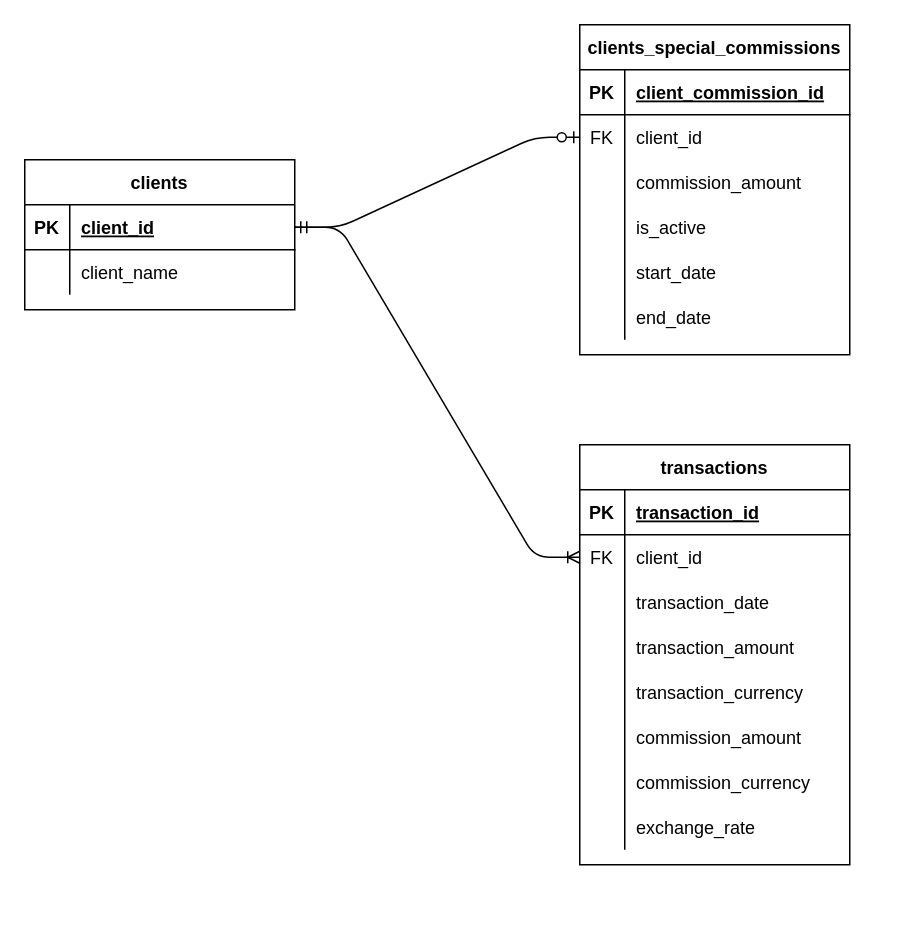
oguzhanozgul/commission-api keeps this draw.io diagram as database/tryout_database_schema.drawio. Above is the earlier version. Source tidied: cells renumbered, new cells numbered last; positions are measured from the earlier drawing's top-left corner, leaving out a move shared by most shapes. Both pictures are drawn from the tidied source at 150%, with x=0, y=0 at pixel (24, 24).
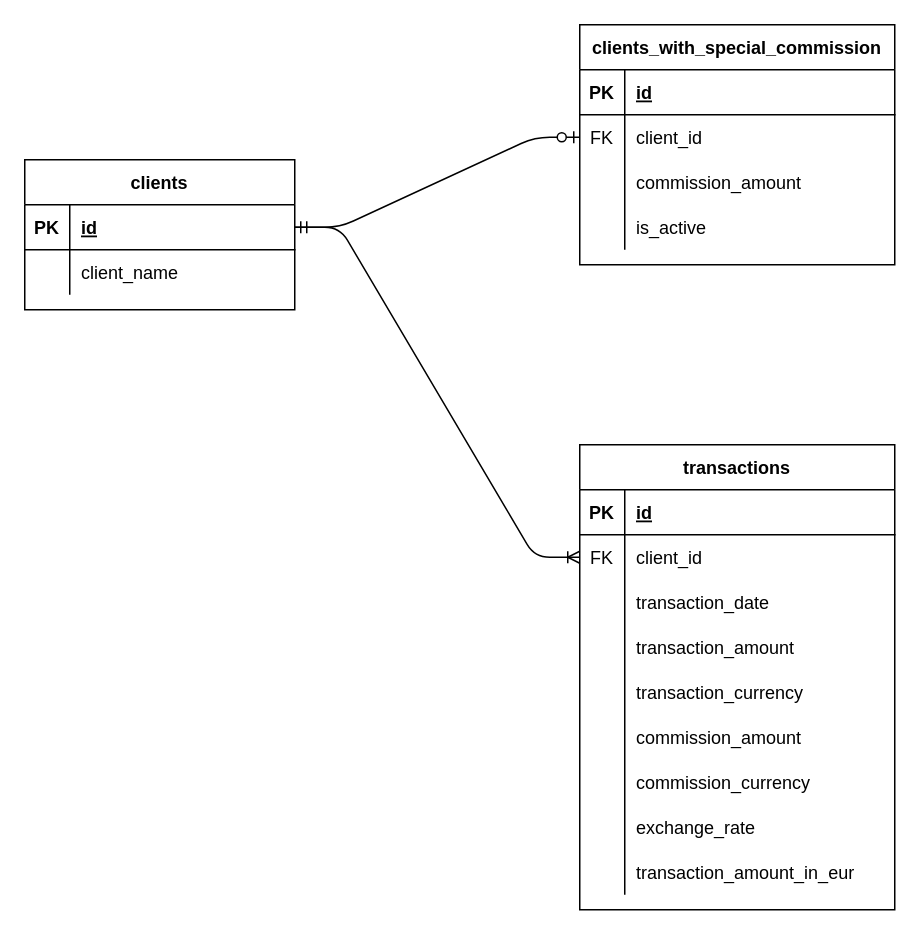
After the change.

Unchanged cells that the change refers to:
```xml
<mxCell id="3" style="shape=partialRectangle;fillColor=none;top=0;left=0;bottom=1;right=0;points=[[0,0.5],[1,0.5]];portConstraint=eastwest;" parent="2" vertex="1">
  <mxGeometry y="30" width="180" height="30" as="geometry" />
</mxCell>
```

Diff of the diagram source:
```diff
@@
-    <mxCell id="5" value="client_id" style="shape=partialRectangle;fillColor=none;top=0;left=0;bottom=0;right=0;align=left;spacingLeft=6;fontStyle=5;overflow=hidden;" parent="3" vertex="1">
+    <mxCell id="5" value="id" style="shape=partialRectangle;fillColor=none;top=0;left=0;bottom=0;right=0;align=left;spacingLeft=6;fontStyle=5;overflow=hidden;" parent="3" vertex="1">
       <mxGeometry x="30" width="150" height="30" as="geometry" />
     </mxCell>
@@
-    <mxCell id="9" value="clients_special_commissions" style="shape=table;startSize=30;childLayout=tableLayout;rowLines=0;fontStyle=1;align=center;" parent="1" vertex="1">
-      <mxGeometry x="370" width="180" height="220" as="geometry" />
+    <mxCell id="9" value="clients_with_special_commission" style="shape=table;startSize=30;childLayout=tableLayout;rowLines=0;fontStyle=1;align=center;" parent="1" vertex="1">
+      <mxGeometry x="370" width="210" height="160" as="geometry" />
     </mxCell>
     <mxCell id="10" style="shape=partialRectangle;fillColor=none;top=0;left=0;bottom=1;right=0;" parent="9" vertex="1">
-      <mxGeometry y="30" width="180" height="30" as="geometry" />
+      <mxGeometry y="30" width="210" height="30" as="geometry" />
     </mxCell>
@@
-    <mxCell id="12" value="client_commission_id" style="shape=partialRectangle;fillColor=none;top=0;left=0;bottom=0;right=0;align=left;spacingLeft=6;fontStyle=5;overflow=hidden;" parent="10" vertex="1">
-      <mxGeometry x="30" width="150" height="30" as="geometry" />
+    <mxCell id="12" value="id" style="shape=partialRectangle;fillColor=none;top=0;left=0;bottom=0;right=0;align=left;spacingLeft=6;fontStyle=5;overflow=hidden;" parent="10" vertex="1">
+      <mxGeometry x="30" width="180" height="30" as="geometry" />
     </mxCell>
     <mxCell id="13" style="shape=partialRectangle;fillColor=none;top=0;left=0;bottom=0;right=0;points=[[0,0.5],[1,0.5]];portConstraint=eastwest;" parent="9" vertex="1">
-      <mxGeometry y="60" width="180" height="30" as="geometry" />
+      <mxGeometry y="60" width="210" height="30" as="geometry" />
     </mxCell>
@@
     <mxCell id="15" value="client_id" style="shape=partialRectangle;fillColor=none;top=0;left=0;bottom=0;right=0;align=left;spacingLeft=6;overflow=hidden;" parent="13" vertex="1">
-      <mxGeometry x="30" width="150" height="30" as="geometry" />
+      <mxGeometry x="30" width="180" height="30" as="geometry" />
     </mxCell>
     <mxCell id="16" style="shape=partialRectangle;fillColor=none;top=0;left=0;bottom=0;right=0;" parent="9" vertex="1">
-      <mxGeometry y="90" width="180" height="30" as="geometry" />
+      <mxGeometry y="90" width="210" height="30" as="geometry" />
     </mxCell>
@@
     <mxCell id="18" value="commission_amount" style="shape=partialRectangle;fillColor=none;top=0;left=0;bottom=0;right=0;align=left;spacingLeft=6;overflow=hidden;" parent="16" vertex="1">
-      <mxGeometry x="30" width="150" height="30" as="geometry" />
+      <mxGeometry x="30" width="180" height="30" as="geometry" />
     </mxCell>
     <mxCell id="19" style="shape=partialRectangle;fillColor=none;top=0;left=0;bottom=0;right=0;" parent="9" vertex="1">
-      <mxGeometry y="120" width="180" height="30" as="geometry" />
+      <mxGeometry y="120" width="210" height="30" as="geometry" />
     </mxCell>
@@
     <mxCell id="21" value="is_active" style="shape=partialRectangle;fillColor=none;top=0;left=0;bottom=0;right=0;align=left;spacingLeft=6;overflow=hidden;" parent="19" vertex="1">
-      <mxGeometry x="30" width="150" height="30" as="geometry" />
+      <mxGeometry x="30" width="180" height="30" as="geometry" />
     </mxCell>
-    <mxCell id="22" style="shape=partialRectangle;fillColor=none;top=0;left=0;bottom=0;right=0;" parent="9" vertex="1">
-      <mxGeometry y="150" width="180" height="30" as="geometry" />
-    </mxCell>
-    <mxCell id="23" style="shape=partialRectangle;fillColor=none;top=0;left=0;bottom=0;right=0;overflow=hidden;" parent="22" vertex="1">
-      <mxGeometry width="30" height="30" as="geometry" />
-    </mxCell>
-    <mxCell id="24" value="start_date" style="shape=partialRectangle;fillColor=none;top=0;left=0;bottom=0;right=0;align=left;spacingLeft=6;overflow=hidden;" parent="22" vertex="1">
-      <mxGeometry x="30" width="150" height="30" as="geometry" />
-    </mxCell>
-    <mxCell id="25" style="shape=partialRectangle;fillColor=none;top=0;left=0;bottom=0;right=0;" parent="9" vertex="1">
-      <mxGeometry y="180" width="180" height="30" as="geometry" />
-    </mxCell>
-    <mxCell id="26" style="shape=partialRectangle;fillColor=none;top=0;left=0;bottom=0;right=0;overflow=hidden;" parent="25" vertex="1">
-      <mxGeometry width="30" height="30" as="geometry" />
-    </mxCell>
-    <mxCell id="27" value="end_date" style="shape=partialRectangle;fillColor=none;top=0;left=0;bottom=0;right=0;align=left;spacingLeft=6;overflow=hidden;" parent="25" vertex="1">
-      <mxGeometry x="30" width="150" height="30" as="geometry" />
-    </mxCell>
@@
     <mxCell id="29" value="transactions" style="shape=table;startSize=30;childLayout=tableLayout;rowLines=0;fontStyle=1;align=center;" parent="1" vertex="1">
-      <mxGeometry x="370" y="280" width="180" height="280" as="geometry" />
+      <mxGeometry x="370" y="280" width="210" height="310" as="geometry" />
     </mxCell>
     <mxCell id="30" style="shape=partialRectangle;fillColor=none;top=0;left=0;bottom=1;right=0;" parent="29" vertex="1">
-      <mxGeometry y="30" width="180" height="30" as="geometry" />
+      <mxGeometry y="30" width="210" height="30" as="geometry" />
     </mxCell>
@@
-    <mxCell id="32" value="transaction_id" style="shape=partialRectangle;fillColor=none;top=0;left=0;bottom=0;right=0;align=left;spacingLeft=6;fontStyle=5;overflow=hidden;" parent="30" vertex="1">
-      <mxGeometry x="30" width="150" height="30" as="geometry" />
+    <mxCell id="32" value="id" style="shape=partialRectangle;fillColor=none;top=0;left=0;bottom=0;right=0;align=left;spacingLeft=6;fontStyle=5;overflow=hidden;" parent="30" vertex="1">
+      <mxGeometry x="30" width="180" height="30" as="geometry" />
     </mxCell>
     <mxCell id="33" style="shape=partialRectangle;fillColor=none;top=0;left=0;bottom=0;right=0;points=[[0,0.5],[1,0.5]];portConstraint=eastwest;" parent="29" vertex="1">
-      <mxGeometry y="60" width="180" height="30" as="geometry" />
+      <mxGeometry y="60" width="210" height="30" as="geometry" />
     </mxCell>
@@
     <mxCell id="35" value="client_id" style="shape=partialRectangle;fillColor=none;top=0;left=0;bottom=0;right=0;align=left;spacingLeft=6;overflow=hidden;" parent="33" vertex="1">
-      <mxGeometry x="30" width="150" height="30" as="geometry" />
+      <mxGeometry x="30" width="180" height="30" as="geometry" />
     </mxCell>
     <mxCell id="36" style="shape=partialRectangle;fillColor=none;top=0;left=0;bottom=0;right=0;" parent="29" vertex="1">
-      <mxGeometry y="90" width="180" height="30" as="geometry" />
+      <mxGeometry y="90" width="210" height="30" as="geometry" />
     </mxCell>
@@
     <mxCell id="38" value="transaction_date" style="shape=partialRectangle;fillColor=none;top=0;left=0;bottom=0;right=0;align=left;spacingLeft=6;overflow=hidden;" parent="36" vertex="1">
-      <mxGeometry x="30" width="150" height="30" as="geometry" />
+      <mxGeometry x="30" width="180" height="30" as="geometry" />
     </mxCell>
     <mxCell id="39" style="shape=partialRectangle;fillColor=none;top=0;left=0;bottom=0;right=0;" parent="29" vertex="1">
-      <mxGeometry y="120" width="180" height="30" as="geometry" />
+      <mxGeometry y="120" width="210" height="30" as="geometry" />
     </mxCell>
@@
     <mxCell id="41" value="transaction_amount" style="shape=partialRectangle;fillColor=none;top=0;left=0;bottom=0;right=0;align=left;spacingLeft=6;overflow=hidden;" parent="39" vertex="1">
-      <mxGeometry x="30" width="150" height="30" as="geometry" />
+      <mxGeometry x="30" width="180" height="30" as="geometry" />
     </mxCell>
     <mxCell id="42" style="shape=partialRectangle;fillColor=none;top=0;left=0;bottom=0;right=0;" parent="29" vertex="1">
-      <mxGeometry y="150" width="180" height="30" as="geometry" />
+      <mxGeometry y="150" width="210" height="30" as="geometry" />
     </mxCell>
@@
     <mxCell id="44" value="transaction_currency" style="shape=partialRectangle;fillColor=none;top=0;left=0;bottom=0;right=0;align=left;spacingLeft=6;overflow=hidden;" parent="42" vertex="1">
-      <mxGeometry x="30" width="150" height="30" as="geometry" />
+      <mxGeometry x="30" width="180" height="30" as="geometry" />
     </mxCell>
     <mxCell id="45" style="shape=partialRectangle;fillColor=none;top=0;left=0;bottom=0;right=0;" parent="29" vertex="1">
-      <mxGeometry y="180" width="180" height="30" as="geometry" />
+      <mxGeometry y="180" width="210" height="30" as="geometry" />
     </mxCell>
@@
     <mxCell id="47" value="commission_amount" style="shape=partialRectangle;fillColor=none;top=0;left=0;bottom=0;right=0;align=left;spacingLeft=6;overflow=hidden;" parent="45" vertex="1">
-      <mxGeometry x="30" width="150" height="30" as="geometry" />
+      <mxGeometry x="30" width="180" height="30" as="geometry" />
     </mxCell>
     <mxCell id="48" style="shape=partialRectangle;fillColor=none;top=0;left=0;bottom=0;right=0;" parent="29" vertex="1">
-      <mxGeometry y="210" width="180" height="30" as="geometry" />
+      <mxGeometry y="210" width="210" height="30" as="geometry" />
     </mxCell>
@@
     <mxCell id="50" value="commission_currency" style="shape=partialRectangle;fillColor=none;top=0;left=0;bottom=0;right=0;align=left;spacingLeft=6;overflow=hidden;" parent="48" vertex="1">
-      <mxGeometry x="30" width="150" height="30" as="geometry" />
+      <mxGeometry x="30" width="180" height="30" as="geometry" />
     </mxCell>
     <mxCell id="51" style="shape=partialRectangle;fillColor=none;top=0;left=0;bottom=0;right=0;" parent="29" vertex="1">
-      <mxGeometry y="240" width="180" height="30" as="geometry" />
+      <mxGeometry y="240" width="210" height="30" as="geometry" />
     </mxCell>
@@
     <mxCell id="53" value="exchange_rate" style="shape=partialRectangle;fillColor=none;top=0;left=0;bottom=0;right=0;align=left;spacingLeft=6;overflow=hidden;" parent="51" vertex="1">
-      <mxGeometry x="30" width="150" height="30" as="geometry" />
+      <mxGeometry x="30" width="180" height="30" as="geometry" />
     </mxCell>
+    <mxCell id="55" style="shape=partialRectangle;fillColor=none;top=0;left=0;bottom=0;right=0;" parent="29" vertex="1">
+      <mxGeometry y="270" width="210" height="30" as="geometry" />
+    </mxCell>
+    <mxCell id="56" style="shape=partialRectangle;fillColor=none;top=0;left=0;bottom=0;right=0;overflow=hidden;" parent="55" vertex="1">
+      <mxGeometry width="30" height="30" as="geometry" />
+    </mxCell>
+    <mxCell id="57" value="transaction_amount_in_eur" style="shape=partialRectangle;fillColor=none;top=0;left=0;bottom=0;right=0;align=left;spacingLeft=6;overflow=hidden;" parent="55" vertex="1">
+      <mxGeometry x="30" width="180" height="30" as="geometry" />
+    </mxCell>
```
